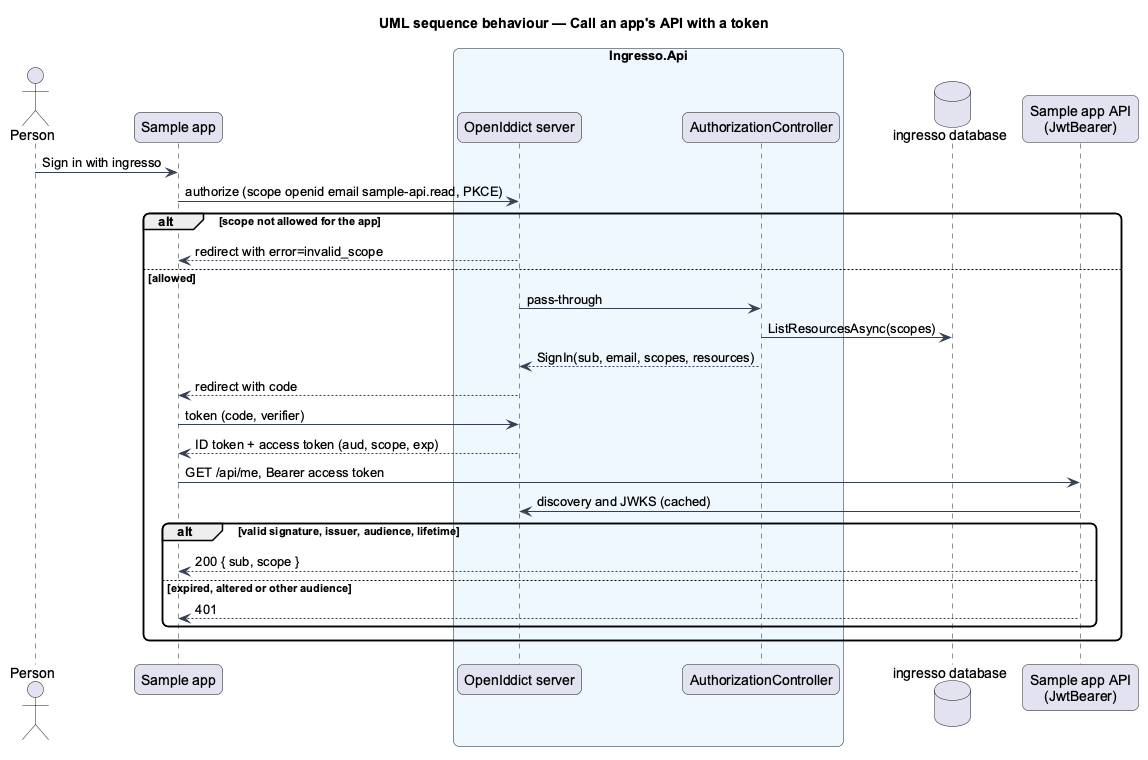
Earlier version of the PlantUML export docs/detailed-designs/identity-provider/protect-an-api/diagrams/sequence-call-api.png (QuinntyneBrown/ingresso). Source of this version:
```plantuml
@startuml
title UML sequence behaviour — Call an app's API with a token
skinparam backgroundColor #FFFFFF
skinparam shadowing false
skinparam roundcorner 12
skinparam defaultFontName Arial
skinparam ArrowColor #344054
actor "Person" as person
participant "Sample app" as app
box "Ingresso.Api" #EFF8FF
  participant "OpenIddict server" as oidc
  participant "AuthorizationController" as authz
end box
database "ingresso database" as db
participant "Sample app API\n(JwtBearer)" as api
person -> app : Sign in with ingresso
app -> oidc : authorize (scope openid email sample-api.read, PKCE)
alt scope not allowed for the app
  oidc --> app : redirect with error=invalid_scope
else allowed
  oidc -> authz : pass-through
  authz -> db : ListResourcesAsync(scopes)
  authz --> oidc : SignIn(sub, email, scopes, resources)
  oidc --> app : redirect with code
  app -> oidc : token (code, verifier)
  oidc --> app : ID token + access token (aud, scope, exp)
  app -> api : GET /api/me, Bearer access token
  api -> oidc : discovery and JWKS (cached)
  alt valid signature, issuer, audience, lifetime
    api --> app : 200 { sub, scope }
  else expired, altered or other audience
    api --> app : 401
  end
end
@enduml
```
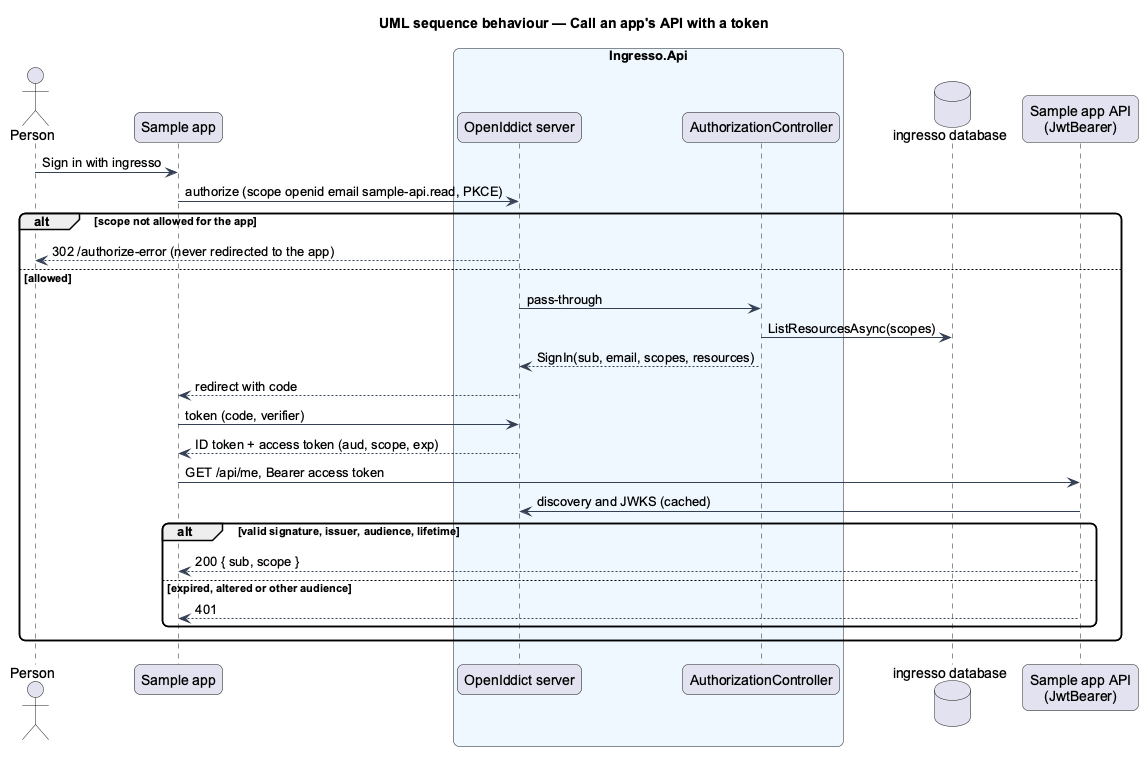
After the change.

Diff of the diagram source:
```diff
@@ -16,7 +16,7 @@
 person -> app : Sign in with ingresso
 app -> oidc : authorize (scope openid email sample-api.read, PKCE)
 alt scope not allowed for the app
-  oidc --> app : redirect with error=invalid_scope
+  oidc --> person : 302 /authorize-error (never redirected to the app)
 else allowed
   oidc -> authz : pass-through
   authz -> db : ListResourcesAsync(scopes)
```
